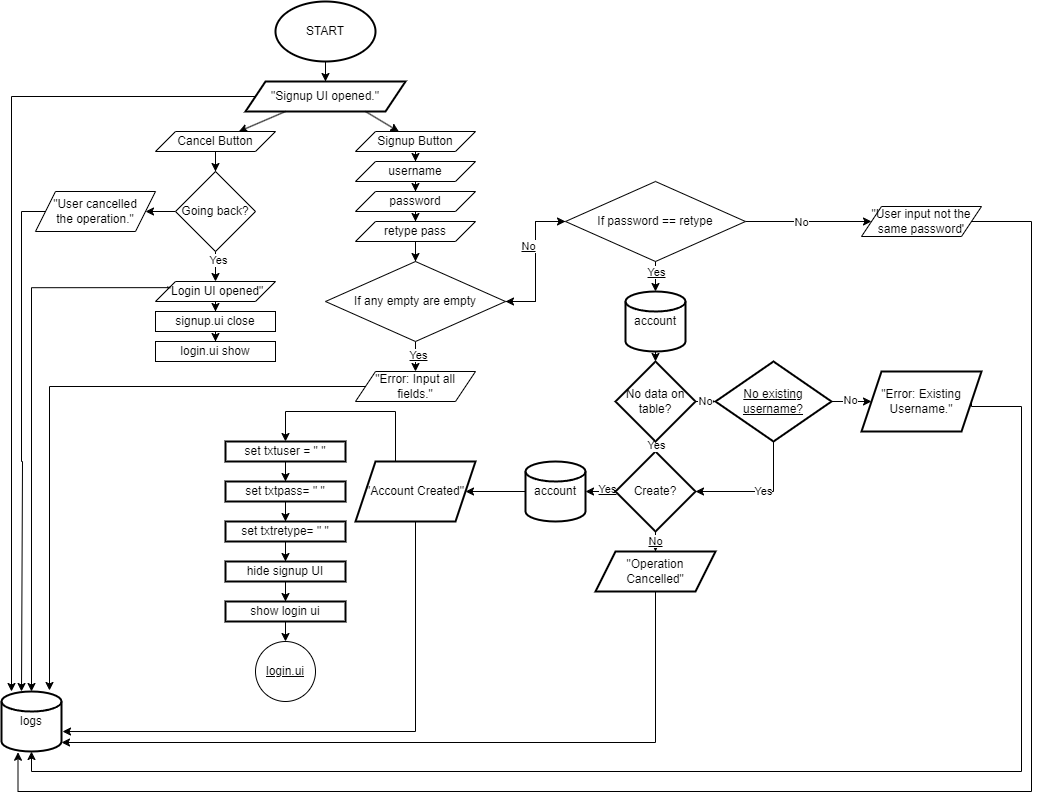
Above: flowchart/Signup.png in JiheoneyBaek/clinical_health_record_app_project (draw.io), before the change. Source tidied: cells renumbered, new cells last; positions are measured from the earlier drawing's top-left corner, leaving out a move shared by most shapes.
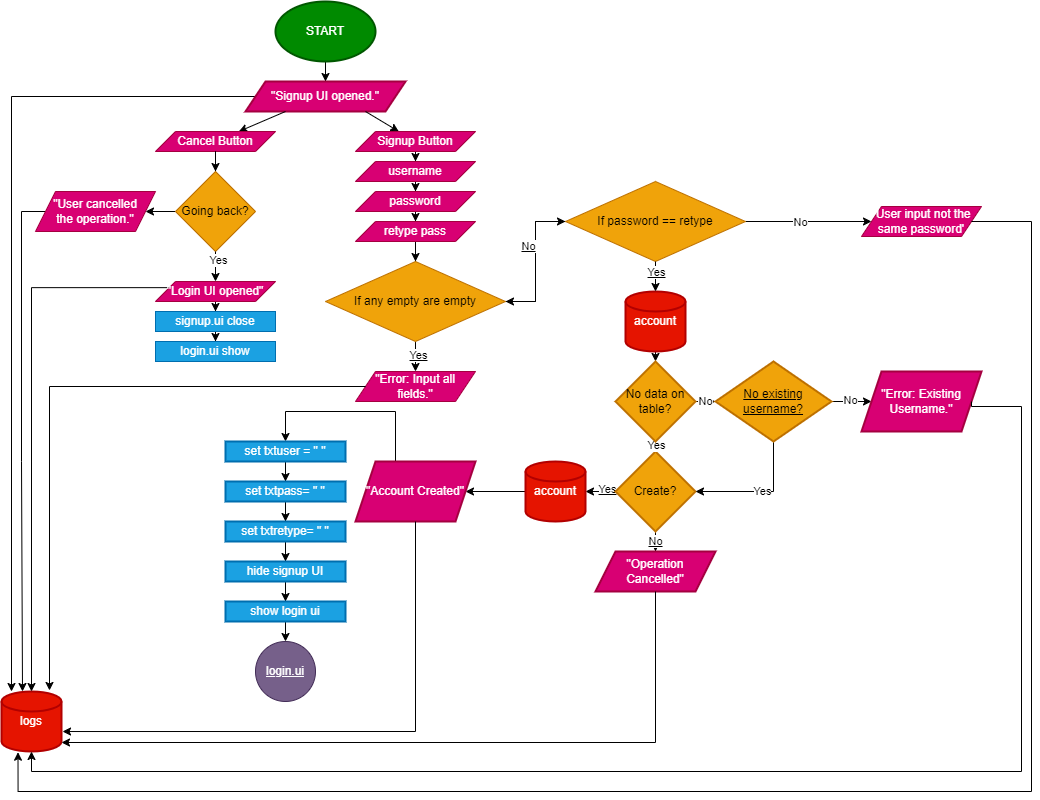
Later version of the same file.

The edit, as a diff of the source:
```diff
@@ -5,7 +5,7 @@
     <mxCell id="2" style="edgeStyle=orthogonalEdgeStyle;rounded=0;jettySize=auto;html=1;fontStyle=4;" parent="1" edge="1" source="3" target="5">
       <mxGeometry relative="1" as="geometry" />
     </mxCell>
-    <mxCell id="3" value="START" style="strokeWidth=2;html=1;shape=mxgraph.flowchart.start_1;whiteSpace=wrap;" parent="1" vertex="1">
+    <mxCell id="3" value="START" style="strokeWidth=2;html=1;shape=mxgraph.flowchart.start_1;whiteSpace=wrap;fillColor=#008a00;fontColor=#ffffff;strokeColor=#005700;" parent="1" vertex="1">
       <mxGeometry x="274" width="100" height="60" as="geometry" />
     </mxCell>
     <mxCell id="4" style="edgeStyle=orthogonalEdgeStyle;rounded=0;jettySize=auto;html=1;" parent="1" edge="1" source="5" target="22">
@@ -15,13 +15,13 @@
         </Array>
       </mxGeometry>
     </mxCell>
-    <mxCell id="5" value="&quot;Signup UI opened.&quot;" style="shape=parallelogram;perimeter=parallelogramPerimeter;whiteSpace=wrap;html=1;fixedSize=1;strokeWidth=2;fontStyle=0;" parent="1" vertex="1">
+    <mxCell id="5" value="&quot;Signup UI opened.&quot;" style="shape=parallelogram;perimeter=parallelogramPerimeter;whiteSpace=wrap;html=1;fixedSize=1;strokeWidth=2;fontStyle=0;fillColor=#d80073;fontColor=#ffffff;strokeColor=#A50040;" parent="1" vertex="1">
       <mxGeometry x="244" y="80" width="160" height="30" as="geometry" />
     </mxCell>
     <mxCell id="6" style="endArrow=classic;html=1;rounded=0;exitX=0.25;exitY=1;exitDx=0;exitDy=0;fontStyle=4;" parent="1" edge="1" source="5" target="7">
       <mxGeometry relative="1" as="geometry" />
     </mxCell>
-    <mxCell id="7" value="Cancel Button" style="shape=parallelogram;perimeter=parallelogramPerimeter;whiteSpace=wrap;html=1;fixedSize=1;" parent="1" vertex="1">
+    <mxCell id="7" value="Cancel Button" style="shape=parallelogram;perimeter=parallelogramPerimeter;whiteSpace=wrap;html=1;fixedSize=1;fillColor=#d80073;fontColor=#ffffff;strokeColor=#A50040;" parent="1" vertex="1">
       <mxGeometry x="154" y="130" width="120" height="20" as="geometry" />
     </mxCell>
     <mxCell id="8" style="endArrow=classic;html=1;rounded=0;exitX=0.75;exitY=1;exitDx=0;exitDy=0;fontStyle=4;" parent="1" edge="1" source="5" target="10">
@@ -30,25 +30,25 @@
     <mxCell id="9" style="edgeStyle=orthogonalEdgeStyle;rounded=0;jettySize=auto;html=1;fontStyle=4;" parent="1" edge="1" source="10" target="12">
       <mxGeometry relative="1" as="geometry" />
     </mxCell>
-    <mxCell id="10" value="Signup Button" style="shape=parallelogram;perimeter=parallelogramPerimeter;whiteSpace=wrap;html=1;fixedSize=1;fontStyle=0;" parent="1" vertex="1">
+    <mxCell id="10" value="Signup Button" style="shape=parallelogram;perimeter=parallelogramPerimeter;whiteSpace=wrap;html=1;fixedSize=1;fontStyle=0;fillColor=#d80073;fontColor=#ffffff;strokeColor=#A50040;" parent="1" vertex="1">
       <mxGeometry x="354" y="130" width="120" height="20" as="geometry" />
     </mxCell>
     <mxCell id="11" style="edgeStyle=orthogonalEdgeStyle;rounded=0;jettySize=auto;html=1;fontStyle=4;" parent="1" edge="1" source="12" target="14">
       <mxGeometry relative="1" as="geometry" />
     </mxCell>
-    <mxCell id="12" value="username" style="shape=parallelogram;perimeter=parallelogramPerimeter;whiteSpace=wrap;html=1;fixedSize=1;fontStyle=0;" parent="1" vertex="1">
+    <mxCell id="12" value="username" style="shape=parallelogram;perimeter=parallelogramPerimeter;whiteSpace=wrap;html=1;fixedSize=1;fontStyle=0;fillColor=#d80073;fontColor=#ffffff;strokeColor=#A50040;" parent="1" vertex="1">
       <mxGeometry x="354" y="160" width="120" height="20" as="geometry" />
     </mxCell>
     <mxCell id="13" style="edgeStyle=orthogonalEdgeStyle;rounded=0;jettySize=auto;html=1;fontStyle=4;" parent="1" edge="1" source="14" target="16">
       <mxGeometry relative="1" as="geometry" />
     </mxCell>
-    <mxCell id="14" value="password" style="shape=parallelogram;perimeter=parallelogramPerimeter;whiteSpace=wrap;html=1;fixedSize=1;fontStyle=0;" parent="1" vertex="1">
+    <mxCell id="14" value="password" style="shape=parallelogram;perimeter=parallelogramPerimeter;whiteSpace=wrap;html=1;fixedSize=1;fontStyle=0;fillColor=#d80073;fontColor=#ffffff;strokeColor=#A50040;" parent="1" vertex="1">
       <mxGeometry x="354" y="190" width="120" height="20" as="geometry" />
     </mxCell>
     <mxCell id="15" style="edgeStyle=orthogonalEdgeStyle;rounded=0;jettySize=auto;html=1;fontStyle=4;" parent="1" edge="1" source="16" target="20">
       <mxGeometry relative="1" as="geometry" />
     </mxCell>
-    <mxCell id="16" value="retype pass" style="shape=parallelogram;perimeter=parallelogramPerimeter;whiteSpace=wrap;html=1;fixedSize=1;fontStyle=0;" parent="1" vertex="1">
+    <mxCell id="16" value="retype pass" style="shape=parallelogram;perimeter=parallelogramPerimeter;whiteSpace=wrap;html=1;fixedSize=1;fontStyle=0;fillColor=#d80073;fontColor=#ffffff;strokeColor=#A50040;" parent="1" vertex="1">
       <mxGeometry x="354" y="220" width="120" height="20" as="geometry" />
     </mxCell>
     <mxCell id="17" style="edgeStyle=orthogonalEdgeStyle;rounded=0;jettySize=auto;html=1;fontStyle=4;" parent="1" edge="1" source="20" target="21">
@@ -60,13 +60,13 @@
     <mxCell id="19" style="edgeStyle=orthogonalEdgeStyle;rounded=0;jettySize=auto;html=1;fontStyle=4;" parent="1" edge="1" source="20" target="28">
       <mxGeometry relative="1" as="geometry" />
     </mxCell>
-    <mxCell id="20" value="If any empty are empty" style="rhombus;whiteSpace=wrap;html=1;fontStyle=0;" parent="1" vertex="1">
+    <mxCell id="20" value="If any empty are empty" style="rhombus;whiteSpace=wrap;html=1;fontStyle=0;fillColor=#f0a30a;fontColor=#000000;strokeColor=#BD7000;" parent="1" vertex="1">
       <mxGeometry x="324" y="260" width="180" height="80" as="geometry" />
     </mxCell>
-    <mxCell id="21" value="&quot;Error: Input all fields.&quot;" style="shape=parallelogram;perimeter=parallelogramPerimeter;whiteSpace=wrap;html=1;fixedSize=1;fontStyle=0;" parent="1" vertex="1">
+    <mxCell id="21" value="&quot;Error: Input all fields.&quot;" style="shape=parallelogram;perimeter=parallelogramPerimeter;whiteSpace=wrap;html=1;fixedSize=1;fontStyle=0;fillColor=#d80073;fontColor=#ffffff;strokeColor=#A50040;" parent="1" vertex="1">
       <mxGeometry x="354" y="370" width="120" height="30" as="geometry" />
     </mxCell>
-    <mxCell id="22" value="logs" style="strokeWidth=2;html=1;shape=mxgraph.flowchart.database;whiteSpace=wrap;" parent="1" vertex="1">
+    <mxCell id="22" value="logs" style="strokeWidth=2;html=1;shape=mxgraph.flowchart.database;whiteSpace=wrap;fillColor=#e51400;fontColor=#ffffff;strokeColor=#B20000;" parent="1" vertex="1">
       <mxGeometry y="690" width="60" height="60" as="geometry" />
     </mxCell>
     <mxCell id="23" style="edgeStyle=orthogonalEdgeStyle;rounded=0;jettySize=auto;html=1;entryX=0.8;entryY=-0.017;entryDx=0;entryDy=0;entryPerimeter=0;" parent="1" edge="1" source="21" target="22">
@@ -86,13 +86,13 @@
     <mxCell id="27" value="No" style="edgeLabel;html=1;align=center;verticalAlign=middle;" parent="26" vertex="1">
       <mxGeometry x="-0.13" relative="1" as="geometry" />
     </mxCell>
-    <mxCell id="28" value="If password == retype" style="rhombus;whiteSpace=wrap;html=1;" parent="1" vertex="1">
+    <mxCell id="28" value="If password == retype" style="rhombus;whiteSpace=wrap;html=1;fillColor=#f0a30a;fontColor=#000000;strokeColor=#BD7000;" parent="1" vertex="1">
       <mxGeometry x="564" y="180" width="180" height="80" as="geometry" />
     </mxCell>
     <mxCell id="29" style="edgeStyle=orthogonalEdgeStyle;rounded=0;jettySize=auto;html=1;exitX=0.5;exitY=1;exitDx=0;exitDy=0;exitPerimeter=0;entryX=0.5;entryY=0;entryDx=0;entryDy=0;fontStyle=4;" parent="1" edge="1" source="30" target="58">
       <mxGeometry relative="1" as="geometry" />
     </mxCell>
-    <mxCell id="30" value="account" style="strokeWidth=2;html=1;shape=mxgraph.flowchart.database;whiteSpace=wrap;fontStyle=0;" parent="1" vertex="1">
+    <mxCell id="30" value="account" style="strokeWidth=2;html=1;shape=mxgraph.flowchart.database;whiteSpace=wrap;fontStyle=0;fillColor=#e51400;fontColor=#ffffff;strokeColor=#B20000;" parent="1" vertex="1">
       <mxGeometry x="624" y="290" width="60" height="60" as="geometry" />
     </mxCell>
     <mxCell id="31" style="edgeStyle=orthogonalEdgeStyle;rounded=0;jettySize=auto;html=1;exitX=0.5;exitY=1;exitDx=0;exitDy=0;entryX=0.5;entryY=0;entryDx=0;entryDy=0;entryPerimeter=0;fontStyle=4;" parent="1" edge="1" source="28" target="30">
@@ -112,13 +112,13 @@
     <mxCell id="35" value="No" style="edgeStyle=orthogonalEdgeStyle;rounded=0;jettySize=auto;html=1;fontStyle=4;" parent="1" edge="1" source="36" target="53">
       <mxGeometry relative="1" as="geometry" />
     </mxCell>
-    <mxCell id="36" value="Create?" style="rhombus;whiteSpace=wrap;html=1;strokeWidth=2;fontStyle=0;" parent="1" vertex="1">
+    <mxCell id="36" value="Create?" style="rhombus;whiteSpace=wrap;html=1;strokeWidth=2;fontStyle=0;fillColor=#f0a30a;fontColor=#000000;strokeColor=#BD7000;" parent="1" vertex="1">
       <mxGeometry x="614" y="450" width="80" height="80" as="geometry" />
     </mxCell>
     <mxCell id="37" style="edgeStyle=orthogonalEdgeStyle;rounded=0;jettySize=auto;html=1;fontStyle=4;" parent="1" edge="1" source="38" target="40">
       <mxGeometry relative="1" as="geometry" />
     </mxCell>
-    <mxCell id="38" value="account" style="strokeWidth=2;html=1;shape=mxgraph.flowchart.database;whiteSpace=wrap;fontStyle=0;" parent="1" vertex="1">
+    <mxCell id="38" value="account" style="strokeWidth=2;html=1;shape=mxgraph.flowchart.database;whiteSpace=wrap;fontStyle=0;fillColor=#e51400;fontColor=#ffffff;strokeColor=#B20000;" parent="1" vertex="1">
       <mxGeometry x="524" y="460" width="60" height="60" as="geometry" />
     </mxCell>
     <mxCell id="39" style="edgeStyle=orthogonalEdgeStyle;rounded=0;orthogonalLoop=1;jettySize=auto;html=1;fontStyle=4;" parent="1" edge="1">
@@ -132,7 +132,7 @@
         </Array>
       </mxGeometry>
     </mxCell>
-    <mxCell id="40" value="&quot;Account Created&quot;" style="shape=parallelogram;perimeter=parallelogramPerimeter;whiteSpace=wrap;html=1;fixedSize=1;strokeWidth=2;fontStyle=0;" parent="1" vertex="1">
+    <mxCell id="40" value="&quot;Account Created&quot;" style="shape=parallelogram;perimeter=parallelogramPerimeter;whiteSpace=wrap;html=1;fixedSize=1;strokeWidth=2;fontStyle=0;fillColor=#d80073;fontColor=#ffffff;strokeColor=#A50040;" parent="1" vertex="1">
       <mxGeometry x="354" y="460" width="120" height="60" as="geometry" />
     </mxCell>
     <mxCell id="41" style="edgeStyle=orthogonalEdgeStyle;rounded=0;jettySize=auto;html=1;exitX=0.5;exitY=1;exitDx=0;exitDy=0;entryX=1.017;entryY=0.667;entryDx=0;entryDy=0;entryPerimeter=0;" parent="1" edge="1" source="40" target="22">
@@ -141,37 +141,37 @@
     <mxCell id="42" style="edgeStyle=orthogonalEdgeStyle;rounded=0;jettySize=auto;html=1;fontStyle=4;" parent="1" edge="1" source="43" target="45">
       <mxGeometry relative="1" as="geometry" />
     </mxCell>
-    <mxCell id="43" value="set txtuser = &quot; &quot;" style="shape=label;whiteSpace=wrap;html=1;fixedSize=1;strokeWidth=2;fontStyle=0;rounded=0;" parent="1" vertex="1">
+    <mxCell id="43" value="set txtuser = &quot; &quot;" style="shape=label;whiteSpace=wrap;html=1;fixedSize=1;strokeWidth=2;fontStyle=0;rounded=0;fillColor=#1ba1e2;fontColor=#ffffff;strokeColor=#006EAF;" parent="1" vertex="1">
       <mxGeometry x="224" y="440" width="120" height="20" as="geometry" />
     </mxCell>
     <mxCell id="44" style="edgeStyle=orthogonalEdgeStyle;rounded=0;jettySize=auto;html=1;fontStyle=4;" parent="1" edge="1" source="45" target="47">
       <mxGeometry relative="1" as="geometry" />
     </mxCell>
-    <mxCell id="45" value="set txtpass= &quot; &quot;" style="shape=label;whiteSpace=wrap;html=1;fixedSize=1;strokeWidth=2;fontStyle=0;rounded=0;strokeColor=default;" parent="1" vertex="1">
+    <mxCell id="45" value="set txtpass= &quot; &quot;" style="shape=label;whiteSpace=wrap;html=1;fixedSize=1;strokeWidth=2;fontStyle=0;rounded=0;strokeColor=#006EAF;fillColor=#1ba1e2;fontColor=#ffffff;" parent="1" vertex="1">
       <mxGeometry x="224" y="480" width="120" height="20" as="geometry" />
     </mxCell>
     <mxCell id="46" style="edgeStyle=orthogonalEdgeStyle;rounded=0;jettySize=auto;html=1;fontStyle=4;" parent="1" edge="1" source="47" target="49">
       <mxGeometry relative="1" as="geometry" />
     </mxCell>
-    <mxCell id="47" value="set txtretype= &quot; &quot;" style="shape=label;whiteSpace=wrap;html=1;fixedSize=1;strokeWidth=2;fontStyle=0;rounded=0;" parent="1" vertex="1">
+    <mxCell id="47" value="set txtretype= &quot; &quot;" style="shape=label;whiteSpace=wrap;html=1;fixedSize=1;strokeWidth=2;fontStyle=0;rounded=0;fillColor=#1ba1e2;fontColor=#ffffff;strokeColor=#006EAF;" parent="1" vertex="1">
       <mxGeometry x="224" y="520" width="120" height="20" as="geometry" />
     </mxCell>
     <mxCell id="48" style="edgeStyle=orthogonalEdgeStyle;rounded=0;jettySize=auto;html=1;fontStyle=4;" parent="1" edge="1" source="49" target="51">
       <mxGeometry relative="1" as="geometry" />
     </mxCell>
-    <mxCell id="49" value="hide signup UI" style="whiteSpace=wrap;html=1;strokeWidth=2;fontStyle=0;" parent="1" vertex="1">
+    <mxCell id="49" value="hide signup UI" style="whiteSpace=wrap;html=1;strokeWidth=2;fontStyle=0;fillColor=#1ba1e2;fontColor=#ffffff;strokeColor=#006EAF;" parent="1" vertex="1">
       <mxGeometry x="224" y="560" width="120" height="20" as="geometry" />
     </mxCell>
     <mxCell id="50" style="edgeStyle=orthogonalEdgeStyle;rounded=0;jettySize=auto;html=1;exitX=0.5;exitY=1;exitDx=0;exitDy=0;entryX=0.5;entryY=0;entryDx=0;entryDy=0;fontStyle=4;" parent="1" edge="1" source="51" target="52">
       <mxGeometry relative="1" as="geometry" />
     </mxCell>
-    <mxCell id="51" value="show login ui" style="whiteSpace=wrap;html=1;strokeWidth=2;fontStyle=0;" parent="1" vertex="1">
+    <mxCell id="51" value="show login ui" style="whiteSpace=wrap;html=1;strokeWidth=2;fontStyle=0;fillColor=#1ba1e2;fontColor=#ffffff;strokeColor=#006EAF;" parent="1" vertex="1">
       <mxGeometry x="224" y="600" width="120" height="20" as="geometry" />
     </mxCell>
-    <mxCell id="52" value="login.ui" style="ellipse;whiteSpace=wrap;html=1;fontStyle=4;" parent="1" vertex="1">
+    <mxCell id="52" value="login.ui" style="ellipse;whiteSpace=wrap;html=1;fontStyle=4;fillColor=#76608a;fontColor=#ffffff;strokeColor=#432D57;" parent="1" vertex="1">
       <mxGeometry x="254" y="640" width="60" height="60" as="geometry" />
     </mxCell>
-    <mxCell id="53" value="&quot;Operation&lt;br&gt;Cancelled&quot;" style="shape=parallelogram;perimeter=parallelogramPerimeter;whiteSpace=wrap;html=1;fixedSize=1;strokeWidth=2;" parent="1" vertex="1">
+    <mxCell id="53" value="&quot;Operation&lt;br&gt;Cancelled&quot;" style="shape=parallelogram;perimeter=parallelogramPerimeter;whiteSpace=wrap;html=1;fixedSize=1;strokeWidth=2;fillColor=#d80073;fontColor=#ffffff;strokeColor=#A50040;" parent="1" vertex="1">
       <mxGeometry x="594" y="550" width="120" height="40" as="geometry" />
     </mxCell>
     <mxCell id="54" style="edgeStyle=orthogonalEdgeStyle;rounded=0;jettySize=auto;html=1;exitX=0.5;exitY=1;exitDx=0;exitDy=0;entryX=1;entryY=0.85;entryDx=0;entryDy=0;entryPerimeter=0;" parent="1" edge="1" source="53" target="22">
@@ -186,7 +186,7 @@
     <mxCell id="57" value="No" style="edgeStyle=orthogonalEdgeStyle;rounded=0;jettySize=auto;html=1;" parent="1" edge="1" source="58" target="63">
       <mxGeometry x="0.67" relative="1" as="geometry" />
     </mxCell>
-    <mxCell id="58" value="No data on table?" style="rhombus;whiteSpace=wrap;html=1;strokeWidth=2;fontStyle=0;" parent="1" vertex="1">
+    <mxCell id="58" value="No data on table?" style="rhombus;whiteSpace=wrap;html=1;strokeWidth=2;fontStyle=0;fillColor=#f0a30a;fontColor=#000000;strokeColor=#BD7000;" parent="1" vertex="1">
       <mxGeometry x="614" y="360" width="80" height="80" as="geometry" />
     </mxCell>
     <mxCell id="59" style="edgeStyle=orthogonalEdgeStyle;rounded=0;jettySize=auto;html=1;" parent="1" edge="1" source="63" target="64">
@@ -201,10 +201,10 @@
     <mxCell id="62" value="Yes" style="edgeLabel;html=1;align=center;verticalAlign=middle;" parent="61" vertex="1">
       <mxGeometry x="-0.05" y="-1" relative="1" as="geometry" />
     </mxCell>
-    <mxCell id="63" value="No existing username?" style="rhombus;whiteSpace=wrap;html=1;strokeWidth=2;fontStyle=4;" parent="1" vertex="1">
+    <mxCell id="63" value="No existing username?" style="rhombus;whiteSpace=wrap;html=1;strokeWidth=2;fontStyle=4;fillColor=#f0a30a;fontColor=#000000;strokeColor=#BD7000;" parent="1" vertex="1">
       <mxGeometry x="714" y="360" width="116" height="80" as="geometry" />
     </mxCell>
-    <mxCell id="64" value="&quot;Error: Existing Username.&quot;" style="shape=parallelogram;perimeter=parallelogramPerimeter;whiteSpace=wrap;html=1;fixedSize=1;strokeWidth=2;fontStyle=0;" parent="1" vertex="1">
+    <mxCell id="64" value="&quot;Error: Existing Username.&quot;" style="shape=parallelogram;perimeter=parallelogramPerimeter;whiteSpace=wrap;html=1;fixedSize=1;strokeWidth=2;fontStyle=0;fillColor=#d80073;fontColor=#ffffff;strokeColor=#A50040;" parent="1" vertex="1">
       <mxGeometry x="860" y="370" width="120" height="60" as="geometry" />
     </mxCell>
     <mxCell id="65" style="edgeStyle=orthogonalEdgeStyle;rounded=0;jettySize=auto;html=1;exitX=1;exitY=0.5;exitDx=0;exitDy=0;entryX=0.5;entryY=1;entryDx=0;entryDy=0;entryPerimeter=0;" parent="1" edge="1" source="64" target="22">
@@ -216,7 +216,7 @@
         </Array>
       </mxGeometry>
     </mxCell>
-    <mxCell id="66" value="&quot;User input not the same password'" style="shape=parallelogram;perimeter=parallelogramPerimeter;whiteSpace=wrap;html=1;fixedSize=1;" parent="1" vertex="1">
+    <mxCell id="66" value="&quot;User input not the same password'" style="shape=parallelogram;perimeter=parallelogramPerimeter;whiteSpace=wrap;html=1;fixedSize=1;fillColor=#d80073;fontColor=#ffffff;strokeColor=#A50040;" parent="1" vertex="1">
       <mxGeometry x="860" y="205" width="120" height="30" as="geometry" />
     </mxCell>
     <mxCell id="67" style="edgeStyle=orthogonalEdgeStyle;rounded=0;jettySize=auto;html=1;exitX=1;exitY=0.5;exitDx=0;exitDy=0;entryX=0.275;entryY=1.012;entryDx=0;entryDy=0;entryPerimeter=0;" parent="1" edge="1" source="66" target="22">
@@ -234,16 +234,16 @@
     <mxCell id="69" style="edgeStyle=orthogonalEdgeStyle;rounded=0;jettySize=auto;html=1;" parent="1" edge="1" source="70" target="72">
       <mxGeometry relative="1" as="geometry" />
     </mxCell>
-    <mxCell id="70" value="&quot;Login UI opened&quot;" style="shape=parallelogram;perimeter=parallelogramPerimeter;whiteSpace=wrap;html=1;fixedSize=1;" parent="1" vertex="1">
+    <mxCell id="70" value="&quot;Login UI opened&quot;" style="shape=parallelogram;perimeter=parallelogramPerimeter;whiteSpace=wrap;html=1;fixedSize=1;fillColor=#d80073;fontColor=#ffffff;strokeColor=#A50040;" parent="1" vertex="1">
       <mxGeometry x="154" y="280" width="120" height="20" as="geometry" />
     </mxCell>
     <mxCell id="71" style="edgeStyle=orthogonalEdgeStyle;rounded=0;jettySize=auto;html=1;" parent="1" edge="1" source="72" target="73">
       <mxGeometry relative="1" as="geometry" />
     </mxCell>
-    <mxCell id="72" value="signup.ui close" style="whiteSpace=wrap;html=1;" parent="1" vertex="1">
+    <mxCell id="72" value="signup.ui close" style="whiteSpace=wrap;html=1;fillColor=#1ba1e2;fontColor=#ffffff;strokeColor=#006EAF;" parent="1" vertex="1">
       <mxGeometry x="154" y="310" width="120" height="20" as="geometry" />
     </mxCell>
-    <mxCell id="73" value="login.ui show" style="whiteSpace=wrap;html=1;" parent="1" vertex="1">
+    <mxCell id="73" value="login.ui show" style="whiteSpace=wrap;html=1;fillColor=#1ba1e2;fontColor=#ffffff;strokeColor=#006EAF;" parent="1" vertex="1">
       <mxGeometry x="154" y="340" width="120" height="20" as="geometry" />
     </mxCell>
     <mxCell id="74" style="edgeStyle=orthogonalEdgeStyle;rounded=0;jettySize=auto;html=1;exitX=0.5;exitY=1;exitDx=0;exitDy=0;" parent="1" edge="1" source="7" target="76">
@@ -252,7 +252,7 @@
     <mxCell id="75" style="edgeStyle=orthogonalEdgeStyle;rounded=0;jettySize=auto;html=1;exitX=0;exitY=0.5;exitDx=0;exitDy=0;entryX=1;entryY=0.5;entryDx=0;entryDy=0;" parent="1" edge="1" source="76" target="80">
       <mxGeometry relative="1" as="geometry" />
     </mxCell>
-    <mxCell id="76" value="Going back?" style="rhombus;whiteSpace=wrap;html=1;" parent="1" vertex="1">
+    <mxCell id="76" value="Going back?" style="rhombus;whiteSpace=wrap;html=1;fillColor=#f0a30a;fontColor=#000000;strokeColor=#BD7000;" parent="1" vertex="1">
       <mxGeometry x="174" y="170" width="80" height="80" as="geometry" />
     </mxCell>
     <mxCell id="77" style="edgeStyle=orthogonalEdgeStyle;rounded=0;jettySize=auto;html=1;exitX=0.5;exitY=1;exitDx=0;exitDy=0;entryX=0.5;entryY=0;entryDx=0;entryDy=0;" parent="1" edge="1" source="76" target="70">
@@ -271,7 +271,7 @@
         </Array>
       </mxGeometry>
     </mxCell>
-    <mxCell id="80" value="&quot;User cancelled&lt;br&gt;the operation.&quot;" style="shape=parallelogram;perimeter=parallelogramPerimeter;whiteSpace=wrap;html=1;fixedSize=1;" parent="1" vertex="1">
+    <mxCell id="80" value="&quot;User cancelled&lt;br&gt;the operation.&quot;" style="shape=parallelogram;perimeter=parallelogramPerimeter;whiteSpace=wrap;html=1;fixedSize=1;fillColor=#d80073;fontColor=#ffffff;strokeColor=#A50040;" parent="1" vertex="1">
       <mxGeometry x="34" y="190" width="120" height="40" as="geometry" />
     </mxCell>
   </root>
```
